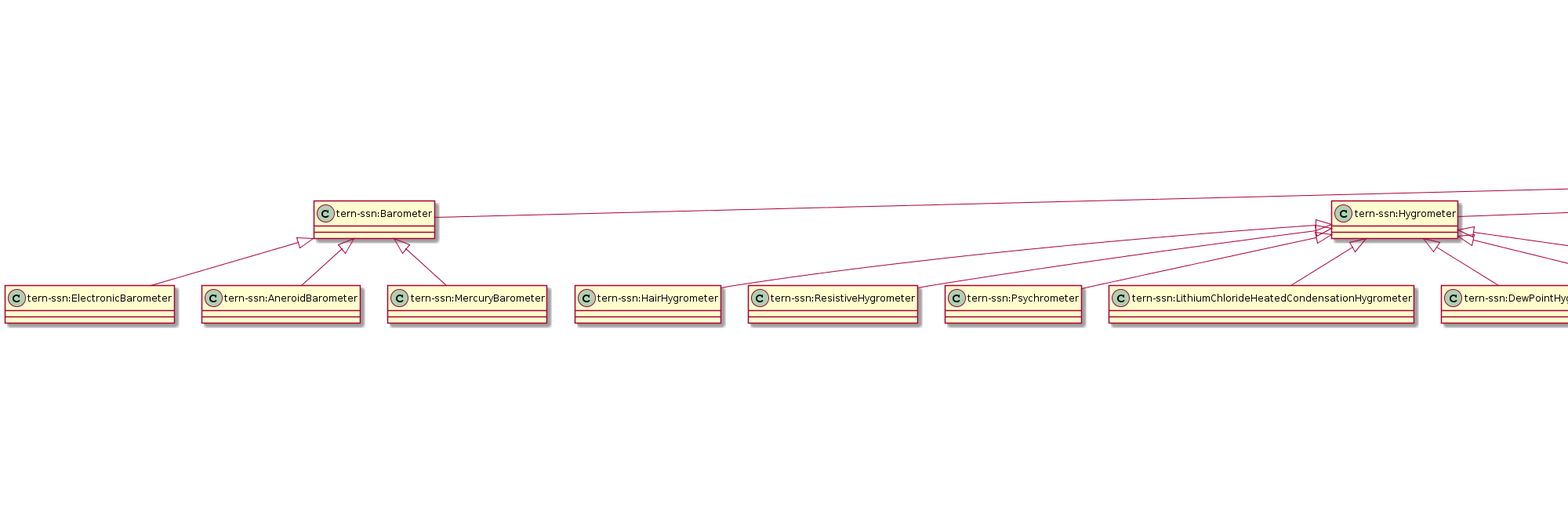
This is docs/tern-ssn.ttl.txt.png from ternaustralia/ontology_tern-sensor, a PlantUML export, as it was before one commit.
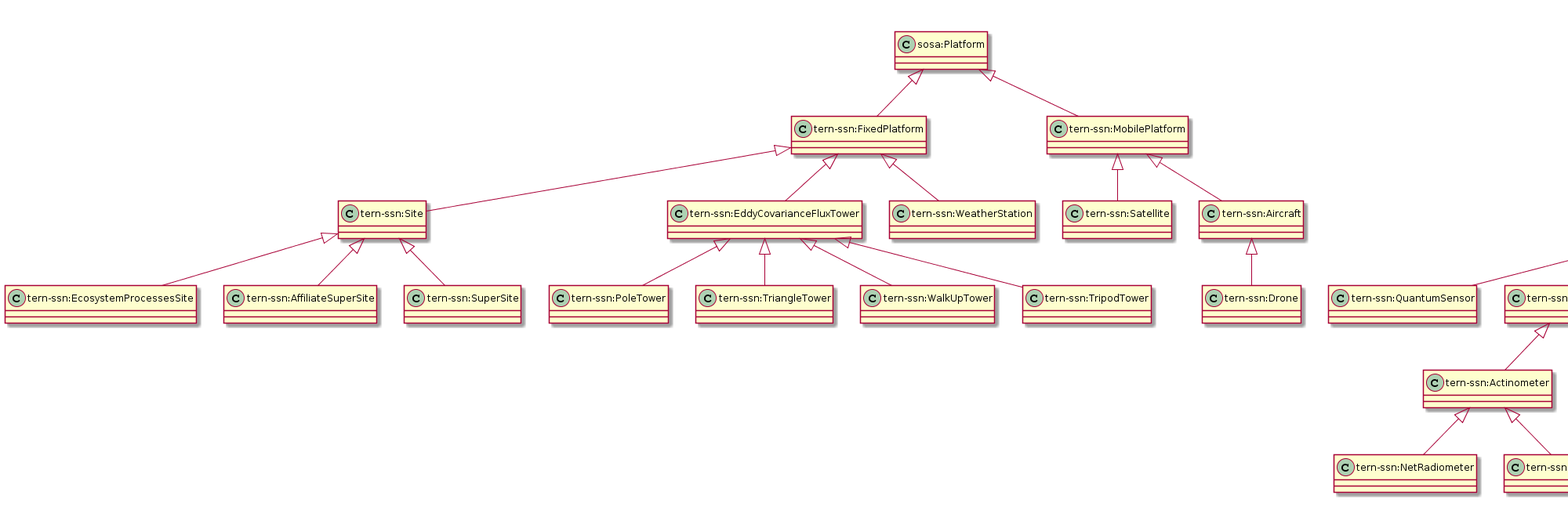
After the change.

What changed in the source:
```diff
@@ -1,219 +1,219 @@
 @startuml
 title TERN SSN ontology extension and vocabulary
+"tern-ssn:Site" <|-- "tern-ssn:EcosystemProcessesSite"
+"tern-ssn:FixedPlatform" <|-- "tern-ssn:EddyCovarianceFluxTower"
+"prov:Entity" <|-- "tern-ssn:Calibration"
+"tern-ssn:RadiationSensor" <|-- "tern-ssn:QuantumSensor"
+"tern-ssn:EddyCovarianceFluxTower" <|-- "tern-ssn:PoleTower"
+"tern-ssn:EddyCovarianceFluxTower" <|-- "tern-ssn:TriangleTower"
+"tern-ssn:Site" <|-- "tern-ssn:AffiliateSuperSite"
+"tern-ssn:Hygrometer" <|-- "tern-ssn:DewPointHygrometer"
+"tern-ssn:Actinometer" <|-- "tern-ssn:NetRadiometer"
+"sosa:Platform" <|-- "tern-ssn:MobilePlatform"
+"tern-ssn:MobilePlatform" <|-- "tern-ssn:Satellite"
+"tern-ssn:WindSensor" <|-- "tern-ssn:Anemometer"
+"tern-ssn:Anemometer" <|-- "tern-ssn:SonicAnemometer"
+"sosa:Sensor" <|-- "tern-ssn:RadiationSensor"
+"tern-ssn:RadiationSensor" <|-- "tern-ssn:Radiometer"
+"tern-ssn:SonicAnemometer" <|-- "tern-ssn:2DSonicAnemometer"
+"tern-ssn:Barometer" <|-- "tern-ssn:AneroidBarometer"
+"sosa:Sensor" <|-- "tern-ssn:Dendrometer"
+"tern-ssn:Radiometer" <|-- "tern-ssn:Pyrradiometer"
+"tern-ssn:RainGauge" <|-- "tern-ssn:WeighingPrecipitationGauge"
+"sosa:Sensor" <|-- "tern-ssn:Spectrometer"
+"owl:Thing" <|-- "tern-ssn:FlightPlan"
+"tern-ssn:RadiationSensor" <|-- "tern-ssn:Pyrgeometer"
 "tern-ssn:Barometer" <|-- "tern-ssn:ElectronicBarometer"
-"tern-ssn:Radiometer" <|-- "tern-ssn:Pyrradiometer"
+"tern-ssn:Hygrometer" <|-- "tern-ssn:LithiumChlorideHeatedCondensationHygrometer"
+"tern-ssn:RadiationSensor" <|-- "tern-ssn:Pyrheliometer"
+"tern-ssn:FixedPlatform" <|-- "tern-ssn:Site"
+"tern-ssn:Hygrometer" <|-- "tern-ssn:ElectromagneticRadiationHygrometer"
+"sosa:Sensor" <|-- "tern-ssn:RainGauge"
+"tern-ssn:TemperatureSensor" <|-- "tern-ssn:Thermistor"
+"sosa:Sensor" <|-- "tern-ssn:CapactitiveSensor"
+"sosa:Sensor" <|-- "tern-ssn:SoilMoistureSensor"
+"sosa:Sensor" <|-- "tern-ssn:Ceilometer"
+"schema:Event" <|-- "tern-ssn:DroneCampaign"
 "tern-ssn:Hygrometer" <|-- "tern-ssn:HairHygrometer"
-"tern-ssn:EddyCovarianceFluxTower" <|-- "tern-ssn:WalkUpTower"
-"tern-ssn:FixedPlatform" <|-- "tern-ssn:EddyCovarianceFluxTower"
-"tern-ssn:EddyCovarianceFluxTower" <|-- "tern-ssn:TripodTower"
-"sosa:Sensor" <|-- "tern-ssn:InfraredGasAnalyzer"
-"tern-ssn:RainGauge" <|-- "tern-ssn:OpticalRainGauge"
-"tern-ssn:EddyCovarianceFluxTower" <|-- "tern-ssn:PoleTower"
+"tern-ssn:Hygrometer" <|-- "tern-ssn:Psychrometer"
+"tern-ssn:Aircraft" <|-- "tern-ssn:Drone"
+"owl:Thing" <|-- "tern-ssn:DeploymentInfo"
+"tern-ssn:TemperatureSensor" <|-- "tern-ssn:ResistanceThermometer"
+"tern-ssn:RainGauge" <|-- "tern-ssn:TippingBucketRainGauge"
+"sosa:Platform" <|-- "tern-ssn:FixedPlatform"
+"tern-ssn:Anemometer" <|-- "tern-ssn:CupAnemometer"
+"tern-ssn:SoilMoistureSensor" <|-- "tern-ssn:FrequencyDomainReflectometer"
+"tern-ssn:Barometer" <|-- "tern-ssn:MercuryBarometer"
+"sosa:Sensor" <|-- "tern-ssn:SapFlowSensor"
+"ssn:Property" <|-- "tern-ssn:SystemProperty"
+"tern-ssn:FixedPlatform" <|-- "tern-ssn:WeatherStation"
+"ssn:System" <|-- "sosa:Sensor"
+"tern-ssn:MobilePlatform" <|-- "tern-ssn:Aircraft"
+"tern-ssn:Hygrometer" <|-- "tern-ssn:ResistiveHygrometer"
+"tern-ssn:Hygrometer" <|-- "tern-ssn:GravimetricHygrometer"
+"sosa:Sensor" <|-- "tern-ssn:Hygrometer"
+"prov:Entity" <|-- "tern-ssn:SensorConfiguration"
 "sosa:Sensor" <|-- "tern-ssn:TemperatureSensor"
+"sosa:Sensor" <|-- "tern-ssn:HeatFluxSensor"
 "tern-ssn:SoilMoistureSensor" <|-- "tern-ssn:TimeDomainReflectometer"
 "tern-ssn:SonicAnemometer" <|-- "tern-ssn:3DSonicAnemometer"
+"sosa:Sensor" <|-- "tern-ssn:InfraredGasAnalyzer"
 "ssn:Property" <|-- "tern-ssn:SystemCapability"
-"tern-ssn:RadiationSensor" <|-- "tern-ssn:Radiometer"
-"sosa:Platform" <|-- "tern-ssn:FixedPlatform"
-"owl:Thing" <|-- "tern-ssn:DeploymentInfo"
-"ssn:Property" <|-- "tern-ssn:SystemProperty"
-"tern-ssn:Actinometer" <|-- "tern-ssn:NetRadiometer"
-"tern-ssn:Aircraft" <|-- "tern-ssn:Drone"
-"tern-ssn:Hygrometer" <|-- "tern-ssn:ResistiveHygrometer"
-"tern-ssn:RainGauge" <|-- "tern-ssn:WeighingPrecipitationGauge"
-"tern-ssn:SonicAnemometer" <|-- "tern-ssn:2DSonicAnemometer"
-"tern-ssn:Site" <|-- "tern-ssn:EcosystemProcessesSite"
-"tern-ssn:FixedPlatform" <|-- "tern-ssn:Site"
-"tern-ssn:TemperatureSensor" <|-- "tern-ssn:ResistanceThermometer"
-"schema:Event" <|-- "tern-ssn:DroneCampaign"
-"tern-ssn:RadiationSensor" <|-- "tern-ssn:Pyrheliometer"
-"sosa:Sensor" <|-- "tern-ssn:RadiationSensor"
+"tern-ssn:EddyCovarianceFluxTower" <|-- "tern-ssn:WalkUpTower"
+"sosa:Sensor" <|-- "tern-ssn:Barometer"
+"tern-ssn:Anemometer" <|-- "tern-ssn:HotWireAnemometer"
+"tern-ssn:Site" <|-- "tern-ssn:SuperSite"
+"tern-ssn:EddyCovarianceFluxTower" <|-- "tern-ssn:TripodTower"
+"sosa:Sensor" <|-- "tern-ssn:WindSensor"
+"tern-ssn:RainGauge" <|-- "tern-ssn:OpticalRainGauge"
+"tern-ssn:Actinometer" <|-- "tern-ssn:Pyranometer"
+"tern-ssn:TemperatureSensor" <|-- "tern-ssn:Thermocouple"
 "tern-ssn:Radiometer" <|-- "tern-ssn:Actinometer"
-"tern-ssn:Anemometer" <|-- "tern-ssn:HotWireAnemometer"
-"tern-ssn:FixedPlatform" <|-- "tern-ssn:WeatherStation"
-"owl:Thing" <|-- "tern-ssn:FlightPlan"
-"tern-ssn:MobilePlatform" <|-- "tern-ssn:Satellite"
-"ssn:System" <|-- "sosa:Sensor"
-"tern-ssn:RainGauge" <|-- "tern-ssn:TippingBucketRainGauge"
-"sosa:Sensor" <|-- "tern-ssn:WindSensor"
-"sosa:Platform" <|-- "tern-ssn:MobilePlatform"
-"tern-ssn:Actinometer" <|-- "tern-ssn:Pyranometer"
-"tern-ssn:Hygrometer" <|-- "tern-ssn:Psychrometer"
-"sosa:Sensor" <|-- "tern-ssn:RainGauge"
-"tern-ssn:Site" <|-- "tern-ssn:SuperSite"
-"sosa:Sensor" <|-- "tern-ssn:HeatFluxSensor"
-"tern-ssn:Anemometer" <|-- "tern-ssn:CupAnemometer"
-"tern-ssn:WindSensor" <|-- "tern-ssn:Anemometer"
-"tern-ssn:MobilePlatform" <|-- "tern-ssn:Aircraft"
-"sosa:Sensor" <|-- "tern-ssn:Dendrometer"
-"sosa:Sensor" <|-- "tern-ssn:Spectrometer"
-"tern-ssn:SoilMoistureSensor" <|-- "tern-ssn:FrequencyDomainReflectometer"
-"tern-ssn:Hygrometer" <|-- "tern-ssn:LithiumChlorideHeatedCondensationHygrometer"
-"sosa:Sensor" <|-- "tern-ssn:Ceilometer"
-"tern-ssn:RadiationSensor" <|-- "tern-ssn:QuantumSensor"
-"tern-ssn:Hygrometer" <|-- "tern-ssn:DewPointHygrometer"
-"sosa:Sensor" <|-- "tern-ssn:Hygrometer"
-"tern-ssn:Anemometer" <|-- "tern-ssn:SonicAnemometer"
-"tern-ssn:TemperatureSensor" <|-- "tern-ssn:Thermocouple"
-"tern-ssn:Site" <|-- "tern-ssn:AffiliateSuperSite"
-"sosa:Sensor" <|-- "tern-ssn:SoilMoistureSensor"
-"tern-ssn:Barometer" <|-- "tern-ssn:AneroidBarometer"
-"tern-ssn:Hygrometer" <|-- "tern-ssn:GravimetricHygrometer"
-"sosa:Sensor" <|-- "tern-ssn:CapactitiveSensor"
-"tern-ssn:EddyCovarianceFluxTower" <|-- "tern-ssn:TriangleTower"
-"tern-ssn:Hygrometer" <|-- "tern-ssn:ElectromagneticRadiationHygrometer"
-"sosa:Sensor" <|-- "tern-ssn:SapFlowSensor"
-"tern-ssn:RadiationSensor" <|-- "tern-ssn:Pyrgeometer"
-"prov:Entity" <|-- "tern-ssn:SensorConfiguration"
-"tern-ssn:Barometer" <|-- "tern-ssn:MercuryBarometer"
-"prov:Entity" <|-- "tern-ssn:Calibration"
-"sosa:Sensor" <|-- "tern-ssn:Barometer"
-"tern-ssn:TemperatureSensor" <|-- "tern-ssn:Thermistor"
-Class "tern-ssn:ElectronicBarometer" [[https://w3id.org/tern/ontologies/ssn/ElectronicBarometer]] {
+Class "tern-ssn:EcosystemProcessesSite" [[https://w3id.org/tern/ontologies/ssn/EcosystemProcessesSite]] {
+}
+Class "tern-ssn:EddyCovarianceFluxTower" [[https://w3id.org/tern/ontologies/ssn/EddyCovarianceFluxTower]] {
+}
+Class "tern-ssn:Calibration" [[https://w3id.org/tern/ontologies/ssn/Calibration]] {
+}
+Class "sosa:Platform" [[http://www.w3.org/ns/sosa/Platform]] {
+}
+Class "tern-ssn:QuantumSensor" [[https://w3id.org/tern/ontologies/ssn/QuantumSensor]] {
+}
+Class "tern-ssn:PoleTower" [[https://w3id.org/tern/ontologies/ssn/PoleTower]] {
+}
+Class "tern-ssn:TriangleTower" [[https://w3id.org/tern/ontologies/ssn/TriangleTower]] {
+}
+Class "tern-ssn:AffiliateSuperSite" [[https://w3id.org/tern/ontologies/ssn/AffiliateSuperSite]] {
+}
+Class "tern-ssn:DewPointHygrometer" [[https://w3id.org/tern/ontologies/ssn/DewPointHygrometer]] {
+}
+Class "ssn:Deployment" [[http://www.w3.org/ns/ssn/Deployment]] {
+}
+Class "tern-ssn:NetRadiometer" [[https://w3id.org/tern/ontologies/ssn/NetRadiometer]] {
+}
+Class "tern-ssn:MobilePlatform" [[https://w3id.org/tern/ontologies/ssn/MobilePlatform]] {
+}
+Class "tern-ssn:Satellite" [[https://w3id.org/tern/ontologies/ssn/Satellite]] {
+}
+Class "tern-ssn:Anemometer" [[https://w3id.org/tern/ontologies/ssn/Anemometer]] {
+}
+Class "tern-ssn:SonicAnemometer" [[https://w3id.org/tern/ontologies/ssn/SonicAnemometer]] {
+}
+Class "tern-ssn:RadiationSensor" [[https://w3id.org/tern/ontologies/ssn/RadiationSensor]] {
+}
+Class "tern-ssn:Radiometer" [[https://w3id.org/tern/ontologies/ssn/Radiometer]] {
+}
+Class "tern-ssn:ub1bL23C25" [[ub1bL23C25]] {
+}
+Class "ssn:System" [[http://www.w3.org/ns/ssn/System]] {
+}
+Class "tern-ssn:2DSonicAnemometer" [[https://w3id.org/tern/ontologies/ssn/2DSonicAnemometer]] {
+}
+Class "tern-ssn:AneroidBarometer" [[https://w3id.org/tern/ontologies/ssn/AneroidBarometer]] {
+}
+Class "tern-ssn:Dendrometer" [[https://w3id.org/tern/ontologies/ssn/Dendrometer]] {
 }
 Class "tern-ssn:Pyrradiometer" [[https://w3id.org/tern/ontologies/ssn/Pyrradiometer]] {
 }
+Class "tern-ssn:WeighingPrecipitationGauge" [[https://w3id.org/tern/ontologies/ssn/WeighingPrecipitationGauge]] {
+}
+Class "tern-ssn:Spectrometer" [[https://w3id.org/tern/ontologies/ssn/Spectrometer]] {
+}
+Class "tern-ssn:FlightPlan" [[https://w3id.org/tern/ontologies/ssn/FlightPlan]] {
+}
+Class "tern-ssn:Pyrgeometer" [[https://w3id.org/tern/ontologies/ssn/Pyrgeometer]] {
+}
+Class "tern-ssn:ElectronicBarometer" [[https://w3id.org/tern/ontologies/ssn/ElectronicBarometer]] {
+}
+Class "tern-ssn:LithiumChlorideHeatedCondensationHygrometer" [[https://w3id.org/tern/ontologies/ssn/LithiumChlorideHeatedCondensationHygrometer]] {
+}
+Class "tern-ssn:Pyrheliometer" [[https://w3id.org/tern/ontologies/ssn/Pyrheliometer]] {
+}
+Class "tern-ssn:Site" [[https://w3id.org/tern/ontologies/ssn/Site]] {
+}
+Class "tern-ssn:ElectromagneticRadiationHygrometer" [[https://w3id.org/tern/ontologies/ssn/ElectromagneticRadiationHygrometer]] {
+}
+Class "tern-ssn:RainGauge" [[https://w3id.org/tern/ontologies/ssn/RainGauge]] {
+}
+Class "tern-ssn:Thermistor" [[https://w3id.org/tern/ontologies/ssn/Thermistor]] {
+}
+Class "tern-ssn:CapactitiveSensor" [[https://w3id.org/tern/ontologies/ssn/CapactitiveSensor]] {
+}
+Class "tern-ssn:SoilMoistureSensor" [[https://w3id.org/tern/ontologies/ssn/SoilMoistureSensor]] {
+}
+Class "tern-ssn:Ceilometer" [[https://w3id.org/tern/ontologies/ssn/Ceilometer]] {
+}
+Class "tern-ssn:DroneCampaign" [[https://w3id.org/tern/ontologies/ssn/DroneCampaign]] {
+}
 Class "tern-ssn:HairHygrometer" [[https://w3id.org/tern/ontologies/ssn/HairHygrometer]] {
 }
-Class "tern-ssn:WalkUpTower" [[https://w3id.org/tern/ontologies/ssn/WalkUpTower]] {
+Class "tern-ssn:Psychrometer" [[https://w3id.org/tern/ontologies/ssn/Psychrometer]] {
 }
-Class "tern-ssn:EddyCovarianceFluxTower" [[https://w3id.org/tern/ontologies/ssn/EddyCovarianceFluxTower]] {
+Class "tern-ssn:Drone" [[https://w3id.org/tern/ontologies/ssn/Drone]] {
 }
-Class "tern-ssn:TripodTower" [[https://w3id.org/tern/ontologies/ssn/TripodTower]] {
+Class "tern-ssn:DeploymentInfo" [[https://w3id.org/tern/ontologies/ssn/DeploymentInfo]] {
 }
-Class "sosa:Platform" [[http://www.w3.org/ns/sosa/Platform]] {
+Class "tern-ssn:ResistanceThermometer" [[https://w3id.org/tern/ontologies/ssn/ResistanceThermometer]] {
 }
-Class "tern-ssn:InfraredGasAnalyzer" [[https://w3id.org/tern/ontologies/ssn/InfraredGasAnalyzer]] {
+Class "tern-ssn:TippingBucketRainGauge" [[https://w3id.org/tern/ontologies/ssn/TippingBucketRainGauge]] {
 }
-Class "tern-ssn:OpticalRainGauge" [[https://w3id.org/tern/ontologies/ssn/OpticalRainGauge]] {
+Class "tern-ssn:FixedPlatform" [[https://w3id.org/tern/ontologies/ssn/FixedPlatform]] {
 }
-Class "tern-ssn:PoleTower" [[https://w3id.org/tern/ontologies/ssn/PoleTower]] {
+Class "tern-ssn:CupAnemometer" [[https://w3id.org/tern/ontologies/ssn/CupAnemometer]] {
+}
+Class "tern-ssn:FrequencyDomainReflectometer" [[https://w3id.org/tern/ontologies/ssn/FrequencyDomainReflectometer]] {
+}
+Class "tern-ssn:MercuryBarometer" [[https://w3id.org/tern/ontologies/ssn/MercuryBarometer]] {
+}
+Class "tern-ssn:SapFlowSensor" [[https://w3id.org/tern/ontologies/ssn/SapFlowSensor]] {
+}
+Class "tern-ssn:SystemProperty" [[https://www.w3.org/ns/ssn/systems/SystemProperty]] {
+}
+Class "tern-ssn:WeatherStation" [[https://w3id.org/tern/ontologies/ssn/WeatherStation]] {
+}
+Class "sosa:Sensor" [[http://www.w3.org/ns/sosa/Sensor]] {
+}
+Class "tern-ssn:Aircraft" [[https://w3id.org/tern/ontologies/ssn/Aircraft]] {
+}
+Class "tern-ssn:ResistiveHygrometer" [[https://w3id.org/tern/ontologies/ssn/ResistiveHygrometer]] {
+}
+Class "tern-ssn:GravimetricHygrometer" [[https://w3id.org/tern/ontologies/ssn/GravimetricHygrometer]] {
+}
+Class "tern-ssn:Hygrometer" [[https://w3id.org/tern/ontologies/ssn/Hygrometer]] {
+}
+Class "tern-ssn:SensorConfiguration" [[https://w3id.org/tern/ontologies/ssn/SensorConfiguration]] {
 }
 Class "tern-ssn:TemperatureSensor" [[https://w3id.org/tern/ontologies/ssn/TemperatureSensor]] {
+}
+Class "tern-ssn:HeatFluxSensor" [[https://w3id.org/tern/ontologies/ssn/HeatFluxSensor]] {
 }
 Class "tern-ssn:TimeDomainReflectometer" [[https://w3id.org/tern/ontologies/ssn/TimeDomainReflectometer]] {
 }
 Class "tern-ssn:3DSonicAnemometer" [[https://w3id.org/tern/ontologies/ssn/3DSonicAnemometer]] {
 }
+Class "tern-ssn:InfraredGasAnalyzer" [[https://w3id.org/tern/ontologies/ssn/InfraredGasAnalyzer]] {
+}
 Class "tern-ssn:SystemCapability" [[https://www.w3.org/ns/ssn/systems/SystemCapability]] {
 }
-Class "tern-ssn:Radiometer" [[https://w3id.org/tern/ontologies/ssn/Radiometer]] {
+Class "tern-ssn:WalkUpTower" [[https://w3id.org/tern/ontologies/ssn/WalkUpTower]] {
 }
-Class "tern-ssn:FixedPlatform" [[https://w3id.org/tern/ontologies/ssn/FixedPlatform]] {
-}
-Class "tern-ssn:DeploymentInfo" [[https://w3id.org/tern/ontologies/ssn/DeploymentInfo]] {
-}
-Class "tern-ssn:SystemProperty" [[https://www.w3.org/ns/ssn/systems/SystemProperty]] {
-}
-Class "tern-ssn:NetRadiometer" [[https://w3id.org/tern/ontologies/ssn/NetRadiometer]] {
-}
-Class "tern-ssn:Drone" [[https://w3id.org/tern/ontologies/ssn/Drone]] {
-}
-Class "tern-ssn:ResistiveHygrometer" [[https://w3id.org/tern/ontologies/ssn/ResistiveHygrometer]] {
-}
-Class "tern-ssn:WeighingPrecipitationGauge" [[https://w3id.org/tern/ontologies/ssn/WeighingPrecipitationGauge]] {
-}
-Class "tern-ssn:2DSonicAnemometer" [[https://w3id.org/tern/ontologies/ssn/2DSonicAnemometer]] {
-}
-Class "tern-ssn:EcosystemProcessesSite" [[https://w3id.org/tern/ontologies/ssn/EcosystemProcessesSite]] {
-}
-Class "tern-ssn:Site" [[https://w3id.org/tern/ontologies/ssn/Site]] {
-}
-Class "tern-ssn:ResistanceThermometer" [[https://w3id.org/tern/ontologies/ssn/ResistanceThermometer]] {
-}
-Class "tern-ssn:DroneCampaign" [[https://w3id.org/tern/ontologies/ssn/DroneCampaign]] {
-}
-Class "ssn:Deployment" [[http://www.w3.org/ns/ssn/Deployment]] {
-}
-Class "tern-ssn:Pyrheliometer" [[https://w3id.org/tern/ontologies/ssn/Pyrheliometer]] {
-}
-Class "tern-ssn:RadiationSensor" [[https://w3id.org/tern/ontologies/ssn/RadiationSensor]] {
-}
-Class "tern-ssn:Actinometer" [[https://w3id.org/tern/ontologies/ssn/Actinometer]] {
+Class "tern-ssn:Barometer" [[https://w3id.org/tern/ontologies/ssn/Barometer]] {
 }
 Class "tern-ssn:HotWireAnemometer" [[https://w3id.org/tern/ontologies/ssn/HotWireAnemometer]] {
 }
-Class "tern-ssn:WeatherStation" [[https://w3id.org/tern/ontologies/ssn/WeatherStation]] {
+Class "tern-ssn:SuperSite" [[https://w3id.org/tern/ontologies/ssn/SuperSite]] {
 }
-Class "tern-ssn:FlightPlan" [[https://w3id.org/tern/ontologies/ssn/FlightPlan]] {
-}
-Class "tern-ssn:Satellite" [[https://w3id.org/tern/ontologies/ssn/Satellite]] {
-}
-Class "sosa:Sensor" [[http://www.w3.org/ns/sosa/Sensor]] {
-}
-Class "tern-ssn:TippingBucketRainGauge" [[https://w3id.org/tern/ontologies/ssn/TippingBucketRainGauge]] {
+Class "tern-ssn:TripodTower" [[https://w3id.org/tern/ontologies/ssn/TripodTower]] {
 }
 Class "tern-ssn:WindSensor" [[https://w3id.org/tern/ontologies/ssn/WindSensor]] {
 }
-Class "tern-ssn:MobilePlatform" [[https://w3id.org/tern/ontologies/ssn/MobilePlatform]] {
+Class "tern-ssn:OpticalRainGauge" [[https://w3id.org/tern/ontologies/ssn/OpticalRainGauge]] {
 }
 Class "tern-ssn:Pyranometer" [[https://w3id.org/tern/ontologies/ssn/Pyranometer]] {
 }
-Class "tern-ssn:Psychrometer" [[https://w3id.org/tern/ontologies/ssn/Psychrometer]] {
-}
-Class "tern-ssn:RainGauge" [[https://w3id.org/tern/ontologies/ssn/RainGauge]] {
-}
-Class "tern-ssn:SuperSite" [[https://w3id.org/tern/ontologies/ssn/SuperSite]] {
-}
-Class "tern-ssn:ub1bL23C25" [[ub1bL23C25]] {
-}
-Class "ssn:System" [[http://www.w3.org/ns/ssn/System]] {
-}
-Class "tern-ssn:HeatFluxSensor" [[https://w3id.org/tern/ontologies/ssn/HeatFluxSensor]] {
-}
-Class "tern-ssn:CupAnemometer" [[https://w3id.org/tern/ontologies/ssn/CupAnemometer]] {
-}
-Class "tern-ssn:Anemometer" [[https://w3id.org/tern/ontologies/ssn/Anemometer]] {
-}
-Class "tern-ssn:Aircraft" [[https://w3id.org/tern/ontologies/ssn/Aircraft]] {
-}
-Class "tern-ssn:Dendrometer" [[https://w3id.org/tern/ontologies/ssn/Dendrometer]] {
-}
-Class "tern-ssn:Spectrometer" [[https://w3id.org/tern/ontologies/ssn/Spectrometer]] {
-}
-Class "tern-ssn:FrequencyDomainReflectometer" [[https://w3id.org/tern/ontologies/ssn/FrequencyDomainReflectometer]] {
-}
-Class "tern-ssn:LithiumChlorideHeatedCondensationHygrometer" [[https://w3id.org/tern/ontologies/ssn/LithiumChlorideHeatedCondensationHygrometer]] {
-}
-Class "tern-ssn:Ceilometer" [[https://w3id.org/tern/ontologies/ssn/Ceilometer]] {
-}
-Class "tern-ssn:QuantumSensor" [[https://w3id.org/tern/ontologies/ssn/QuantumSensor]] {
-}
-Class "tern-ssn:DewPointHygrometer" [[https://w3id.org/tern/ontologies/ssn/DewPointHygrometer]] {
-}
-Class "tern-ssn:Hygrometer" [[https://w3id.org/tern/ontologies/ssn/Hygrometer]] {
-}
-Class "tern-ssn:SonicAnemometer" [[https://w3id.org/tern/ontologies/ssn/SonicAnemometer]] {
-}
 Class "tern-ssn:Thermocouple" [[https://w3id.org/tern/ontologies/ssn/Thermocouple]] {
 }
-Class "tern-ssn:AffiliateSuperSite" [[https://w3id.org/tern/ontologies/ssn/AffiliateSuperSite]] {
-}
-Class "tern-ssn:SoilMoistureSensor" [[https://w3id.org/tern/ontologies/ssn/SoilMoistureSensor]] {
-}
-Class "tern-ssn:AneroidBarometer" [[https://w3id.org/tern/ontologies/ssn/AneroidBarometer]] {
-}
-Class "tern-ssn:GravimetricHygrometer" [[https://w3id.org/tern/ontologies/ssn/GravimetricHygrometer]] {
-}
-Class "tern-ssn:CapactitiveSensor" [[https://w3id.org/tern/ontologies/ssn/CapactitiveSensor]] {
-}
-Class "tern-ssn:TriangleTower" [[https://w3id.org/tern/ontologies/ssn/TriangleTower]] {
-}
-Class "tern-ssn:ElectromagneticRadiationHygrometer" [[https://w3id.org/tern/ontologies/ssn/ElectromagneticRadiationHygrometer]] {
-}
-Class "tern-ssn:SapFlowSensor" [[https://w3id.org/tern/ontologies/ssn/SapFlowSensor]] {
-}
-Class "tern-ssn:Pyrgeometer" [[https://w3id.org/tern/ontologies/ssn/Pyrgeometer]] {
-}
-Class "tern-ssn:SensorConfiguration" [[https://w3id.org/tern/ontologies/ssn/SensorConfiguration]] {
-}
-Class "tern-ssn:MercuryBarometer" [[https://w3id.org/tern/ontologies/ssn/MercuryBarometer]] {
-}
-Class "tern-ssn:Calibration" [[https://w3id.org/tern/ontologies/ssn/Calibration]] {
-}
-Class "tern-ssn:Barometer" [[https://w3id.org/tern/ontologies/ssn/Barometer]] {
-}
-Class "tern-ssn:Thermistor" [[https://w3id.org/tern/ontologies/ssn/Thermistor]] {
+Class "tern-ssn:Actinometer" [[https://w3id.org/tern/ontologies/ssn/Actinometer]] {
 }
 header
 Creator: Edmond Chuc (e.chuc@uq.edu.au)
```
